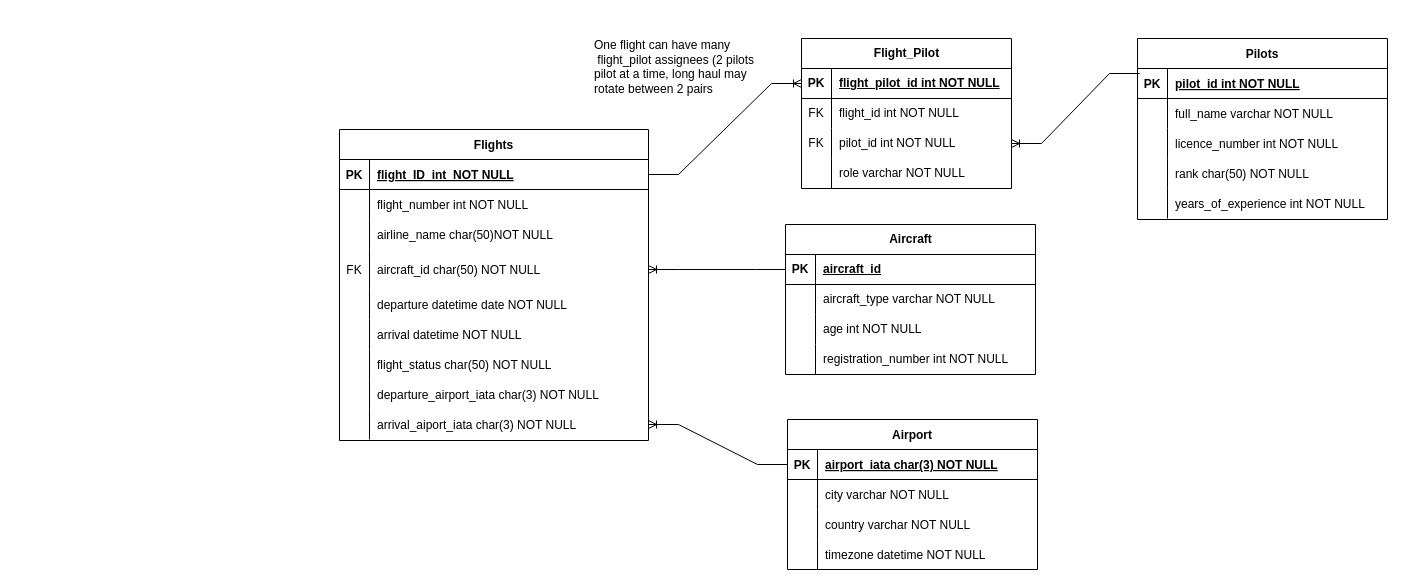
This is Untitled Diagram.drawio from JakeHulme1/flight-management-database, a draw.io file, before an edit. Source tidied: cells renumbered, new cells numbered last; positions are measured from the earlier drawing's top-left corner, leaving out a move shared by most shapes. Both pictures are drawn from the tidied source at 100%, with x=0, y=0 at pixel (339, 17).
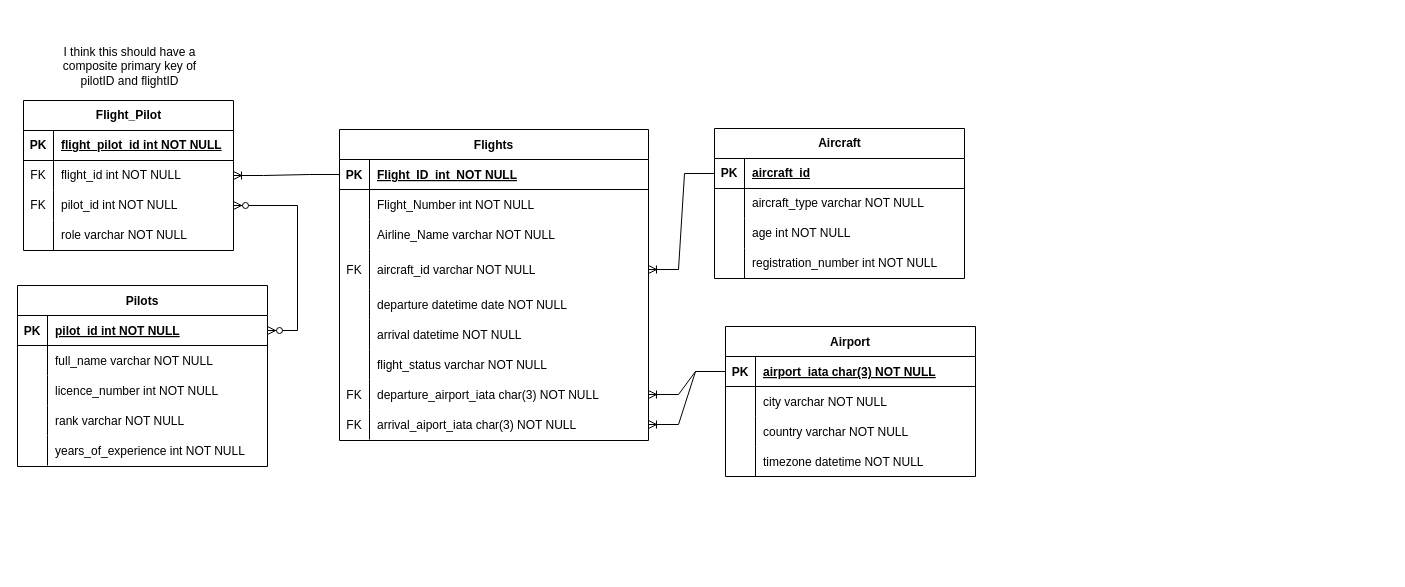
After the change.

Unchanged cells that the change refers to:
```xml
<mxCell id="3" style="shape=partialRectangle;fillColor=none;points=[[0,0.5],[1,0.5]];portConstraint=eastwest;top=0;left=0;right=0;bottom=1;" parent="2" vertex="1">
  <mxGeometry y="30" width="250" height="30" as="geometry" />
</mxCell>
<mxCell id="12" style="shape=partialRectangle;fillColor=none;top=0;left=0;right=0;bottom=0;" parent="2" vertex="1">
  <mxGeometry y="120" width="250" height="30" as="geometry" />
</mxCell>
<mxCell id="19" style="shape=partialRectangle;fillColor=none;points=[[0,0.5],[1,0.5]];portConstraint=eastwest;top=0;left=0;right=0;bottom=1;" parent="18" vertex="1">
  <mxGeometry y="30" width="250" height="30" as="geometry" />
</mxCell>
<mxCell id="32" style="shape=partialRectangle;fillColor=none;points=[[0,0.5],[1,0.5]];portConstraint=eastwest;top=0;left=0;right=0;bottom=1;" parent="31" vertex="1">
  <mxGeometry y="30" width="309" height="30" as="geometry" />
</mxCell>
<mxCell id="35" style="shape=partialRectangle;fillColor=none;top=0;left=0;right=0;bottom=0;" parent="31" vertex="1">
  <mxGeometry y="60" width="309" height="30" as="geometry" />
</mxCell>
<mxCell id="38" style="shape=partialRectangle;fillColor=none;top=0;left=0;right=0;bottom=0;" parent="31" vertex="1">
  <mxGeometry y="90" width="309" height="30" as="geometry" />
</mxCell>
<mxCell id="41" style="shape=partialRectangle;fillColor=none;points=[[0,0.5],[1,0.5]];portConstraint=eastwest;top=0;left=0;right=0;bottom=0;" parent="31" vertex="1">
  <mxGeometry y="120" width="309" height="40" as="geometry" />
</mxCell>
<mxCell id="50" style="shape=partialRectangle;fillColor=none;top=0;left=0;right=0;bottom=0;" parent="31" vertex="1">
  <mxGeometry y="220" width="309" height="30" as="geometry" />
</mxCell>
<mxCell id="53" style="shape=partialRectangle;fillColor=none;points=[[0,0.5],[1,0.5]];portConstraint=eastwest;top=0;left=0;right=0;bottom=0;" parent="31" vertex="1">
  <mxGeometry y="250" width="309" height="30" as="geometry" />
</mxCell>
<mxCell id="56" style="shape=partialRectangle;fillColor=none;points=[[0,0.5],[1,0.5]];portConstraint=eastwest;top=0;left=0;right=0;bottom=0;" parent="31" vertex="1">
  <mxGeometry y="280" width="309" height="30" as="geometry" />
</mxCell>
<mxCell id="60" style="shape=tableRow;horizontal=0;startSize=0;swimlaneHead=0;swimlaneBody=0;fillColor=none;points=[[0,0.5],[1,0.5]];portConstraint=eastwest;top=0;left=0;right=0;bottom=1;" parent="59" vertex="1">
  <mxGeometry y="30" width="210" height="30" as="geometry" />
</mxCell>
<mxCell id="63" style="shape=tableRow;horizontal=0;startSize=0;swimlaneHead=0;swimlaneBody=0;fillColor=none;points=[[0,0.5],[1,0.5]];portConstraint=eastwest;top=0;left=0;right=0;bottom=0;" parent="59" vertex="1">
  <mxGeometry y="60" width="210" height="30" as="geometry" />
</mxCell>
<mxCell id="66" style="shape=tableRow;horizontal=0;startSize=0;swimlaneHead=0;swimlaneBody=0;fillColor=none;points=[[0,0.5],[1,0.5]];portConstraint=eastwest;top=0;left=0;right=0;bottom=0;" parent="59" vertex="1">
  <mxGeometry y="90" width="210" height="30" as="geometry" />
</mxCell>
<mxCell id="73" style="shape=tableRow;horizontal=0;startSize=0;swimlaneHead=0;swimlaneBody=0;fillColor=none;points=[[0,0.5],[1,0.5]];portConstraint=eastwest;top=0;left=0;right=0;bottom=1;" parent="72" vertex="1">
  <mxGeometry y="30" width="250" height="30" as="geometry" />
</mxCell>
```

The edit, as a diff of the source:
```diff
@@
     <mxCell id="2" value="Pilots" style="shape=table;startSize=30;childLayout=tableLayout;rowLines=0;fontStyle=1;align=center;" parent="1" vertex="1">
-      <mxGeometry x="798" y="21" width="250" height="181" as="geometry" />
+      <mxGeometry x="-322" y="268" width="250" height="181" as="geometry" />
     </mxCell>
@@
-    <mxCell id="14" value="rank char(50) NOT NULL" style="shape=partialRectangle;overflow=hidden;fillColor=none;top=0;left=0;bottom=0;right=0;align=left;spacingLeft=6;" parent="12" vertex="1">
+    <mxCell id="14" value="rank varchar NOT NULL" style="shape=partialRectangle;overflow=hidden;fillColor=none;top=0;left=0;bottom=0;right=0;align=left;spacingLeft=6;" parent="12" vertex="1">
       <mxGeometry x="30" width="220" height="30" as="geometry" />
     </mxCell>
@@
     <mxCell id="18" value="Airport" style="shape=table;startSize=30;childLayout=tableLayout;rowLines=0;fontStyle=1;align=center;" parent="1" vertex="1">
-      <mxGeometry x="448" y="402" width="250" height="150" as="geometry" />
+      <mxGeometry x="386" y="309" width="250" height="150" as="geometry" />
     </mxCell>
@@
-    <mxCell id="34" value="flight_ID_int_NOT NULL" style="shape=partialRectangle;overflow=hidden;fillColor=none;top=0;left=0;bottom=0;right=0;align=left;spacingLeft=6;fontStyle=5;" parent="32" vertex="1">
+    <mxCell id="34" value="Flight_ID_int_NOT NULL" style="shape=partialRectangle;overflow=hidden;fillColor=none;top=0;left=0;bottom=0;right=0;align=left;spacingLeft=6;fontStyle=5;" parent="32" vertex="1">
       <mxGeometry x="30" width="279" height="30" as="geometry" />
     </mxCell>
@@
-    <mxCell id="37" value="flight_number int NOT NULL" style="shape=partialRectangle;overflow=hidden;fillColor=none;top=0;left=0;bottom=0;right=0;align=left;spacingLeft=6;" parent="35" vertex="1">
+    <mxCell id="37" value="Flight_Number int NOT NULL" style="shape=partialRectangle;overflow=hidden;fillColor=none;top=0;left=0;bottom=0;right=0;align=left;spacingLeft=6;" parent="35" vertex="1">
       <mxGeometry x="30" width="279" height="30" as="geometry" />
     </mxCell>
@@
-    <mxCell id="40" value="airline_name char(50)NOT NULL" style="shape=partialRectangle;overflow=hidden;fillColor=none;top=0;left=0;bottom=0;right=0;align=left;spacingLeft=6;" parent="38" vertex="1">
+    <mxCell id="40" value="Airline_Name varchar NOT NULL" style="shape=partialRectangle;overflow=hidden;fillColor=none;top=0;left=0;bottom=0;right=0;align=left;spacingLeft=6;" parent="38" vertex="1">
       <mxGeometry x="30" width="279" height="30" as="geometry" />
     </mxCell>
@@
-    <mxCell id="43" value="aircraft_id char(50) NOT NULL" style="shape=partialRectangle;overflow=hidden;fillColor=none;top=0;left=0;bottom=0;right=0;align=left;spacingLeft=6;" parent="41" vertex="1">
+    <mxCell id="43" value="aircraft_id varchar NOT NULL" style="shape=partialRectangle;overflow=hidden;fillColor=none;top=0;left=0;bottom=0;right=0;align=left;spacingLeft=6;" parent="41" vertex="1">
       <mxGeometry x="30" width="279" height="40" as="geometry" />
     </mxCell>
@@
-    <mxCell id="52" value="flight_status char(50) NOT NULL" style="shape=partialRectangle;overflow=hidden;fillColor=none;top=0;left=0;bottom=0;right=0;align=left;spacingLeft=6;" parent="50" vertex="1">
+    <mxCell id="52" value="flight_status varchar NOT NULL" style="shape=partialRectangle;overflow=hidden;fillColor=none;top=0;left=0;bottom=0;right=0;align=left;spacingLeft=6;" parent="50" vertex="1">
       <mxGeometry x="30" width="279" height="30" as="geometry" />
     </mxCell>
@@
-    <mxCell id="54" style="shape=partialRectangle;overflow=hidden;fillColor=none;top=0;left=0;bottom=0;right=0;" parent="53" vertex="1">
+    <mxCell id="54" value="FK" style="shape=partialRectangle;overflow=hidden;fillColor=none;top=0;left=0;bottom=0;right=0;" parent="53" vertex="1">
       <mxGeometry width="30" height="30" as="geometry" />
     </mxCell>
@@
-    <mxCell id="57" style="shape=partialRectangle;overflow=hidden;fillColor=none;top=0;left=0;bottom=0;right=0;" parent="56" vertex="1">
+    <mxCell id="57" value="FK" style="shape=partialRectangle;overflow=hidden;fillColor=none;top=0;left=0;bottom=0;right=0;" parent="56" vertex="1">
       <mxGeometry width="30" height="30" as="geometry" />
     </mxCell>
@@
     <mxCell id="59" value="Flight_Pilot" style="shape=table;startSize=30;childLayout=tableLayout;rowLines=0;fontStyle=1;align=center;html=1;" parent="1" vertex="1">
-      <mxGeometry x="462" y="21" width="210" height="150" as="geometry" />
+      <mxGeometry x="-316" y="83" width="210" height="150" as="geometry" />
     </mxCell>
@@
     <mxCell id="72" value="Aircraft" style="shape=table;startSize=30;childLayout=tableLayout;rowLines=0;fontStyle=1;align=center;html=1;" parent="1" vertex="1">
-      <mxGeometry x="446" y="207" width="250" height="150" as="geometry" />
+      <mxGeometry x="375" y="111" width="250" height="150" as="geometry" />
     </mxCell>
@@
     <mxCell id="85" style="edgeStyle=entityRelationEdgeStyle;fontSize=12;html=1;endArrow=ERoneToMany;rounded=0;entryX=1;entryY=0.5;entryDx=0;entryDy=0;" parent="1" edge="1" source="73" target="41">
       <mxGeometry relative="1" as="geometry">
         <Array as="points">
-          <mxPoint x="431" y="352" />
-          <mxPoint x="410" y="225" />
           <mxPoint x="467" y="216" />
           <mxPoint x="420" y="268" />
         </Array>
       </mxGeometry>
     </mxCell>
-    <mxCell id="86" style="edgeStyle=entityRelationEdgeStyle;fontSize=12;html=1;endArrow=ERoneToMany;rounded=0;exitX=0.008;exitY=0.167;exitDx=0;exitDy=0;exitPerimeter=0;" parent="1" edge="1" source="3" target="66">
-      <mxGeometry relative="1" as="geometry" />
-    </mxCell>
@@
-    <mxCell id="88" style="edgeStyle=entityRelationEdgeStyle;fontSize=12;html=1;endArrow=ERoneToMany;rounded=0;entryX=0;entryY=0.5;entryDx=0;entryDy=0;" parent="1" edge="1" source="32" target="60">
+    <mxCell id="88" style="edgeStyle=entityRelationEdgeStyle;fontSize=12;html=1;endArrow=ERoneToMany;rounded=0;" parent="1" edge="1" source="32" target="63">
       <mxGeometry relative="1" as="geometry" />
     </mxCell>
-    <mxCell id="89" value="&lt;br&gt;&lt;span style=&quot;color: rgb(0, 0, 0); font-family: Helvetica; font-size: 12px; font-style: normal; font-variant-ligatures: normal; font-variant-caps: normal; font-weight: 400; letter-spacing: normal; orphans: 2; text-align: center; text-indent: 0px; text-transform: none; widows: 2; word-spacing: 0px; -webkit-text-stroke-width: 0px; white-space: nowrap; background-color: rgb(255, 255, 255); text-decoration-thickness: initial; text-decoration-style: initial; text-decoration-color: initial; display: inline !important; float: none;&quot;&gt;One flight can have many&lt;/span&gt;&lt;div&gt;&lt;span style=&quot;color: rgb(0, 0, 0); font-family: Helvetica; font-size: 12px; font-style: normal; font-variant-ligatures: normal; font-variant-caps: normal; font-weight: 400; letter-spacing: normal; orphans: 2; text-align: center; text-indent: 0px; text-transform: none; widows: 2; word-spacing: 0px; -webkit-text-stroke-width: 0px; white-space: nowrap; background-color: rgb(255, 255, 255); text-decoration-thickness: initial; text-decoration-style: initial; text-decoration-color: initial; display: inline !important; float: none;&quot;&gt;&amp;nbsp;flight_pilot assignees (2 pilots&amp;nbsp;&lt;/span&gt;&lt;/div&gt;&lt;div&gt;&lt;span style=&quot;color: rgb(0, 0, 0); font-family: Helvetica; font-size: 12px; font-style: normal; font-variant-ligatures: normal; font-variant-caps: normal; font-weight: 400; letter-spacing: normal; orphans: 2; text-align: center; text-indent: 0px; text-transform: none; widows: 2; word-spacing: 0px; -webkit-text-stroke-width: 0px; white-space: nowrap; background-color: rgb(255, 255, 255); text-decoration-thickness: initial; text-decoration-style: initial; text-decoration-color: initial; display: inline !important; float: none;&quot;&gt;pilot at a time, long haul may&amp;nbsp;&lt;/span&gt;&lt;/div&gt;&lt;div&gt;&lt;span style=&quot;color: rgb(0, 0, 0); font-family: Helvetica; font-size: 12px; font-style: normal; font-variant-ligatures: normal; font-variant-caps: normal; font-weight: 400; letter-spacing: normal; orphans: 2; text-align: center; text-indent: 0px; text-transform: none; widows: 2; word-spacing: 0px; -webkit-text-stroke-width: 0px; white-space: nowrap; background-color: rgb(255, 255, 255); text-decoration-thickness: initial; text-decoration-style: initial; text-decoration-color: initial; display: inline !important; float: none;&quot;&gt;rotate between 2 pairs&lt;/span&gt;&lt;br&gt;&lt;br&gt;&lt;/div&gt;" style="text;html=1;whiteSpace=wrap;overflow=hidden;rounded=0;" parent="1" vertex="1">
-      <mxGeometry x="253" width="180" height="81" as="geometry" />
-    </mxCell>
+    <mxCell id="90" style="edgeStyle=entityRelationEdgeStyle;fontSize=12;html=1;endArrow=ERoneToMany;rounded=0;" parent="1" edge="1" source="19" target="53">
+      <mxGeometry relative="1" as="geometry" />
+    </mxCell>
+    <mxCell id="91" style="edgeStyle=entityRelationEdgeStyle;fontSize=12;html=1;endArrow=ERzeroToMany;endFill=1;startArrow=ERzeroToMany;rounded=0;" parent="1" edge="1" source="66" target="3">
+      <mxGeometry relative="1" as="geometry" />
+    </mxCell>
+    <mxCell id="92" value="I think this should have a composite primary key of pilotID and flightID" style="text;html=1;align=center;verticalAlign=middle;whiteSpace=wrap;rounded=0;" parent="1" vertex="1">
+      <mxGeometry x="-290" y="21" width="161" height="56" as="geometry" />
+    </mxCell>
```
